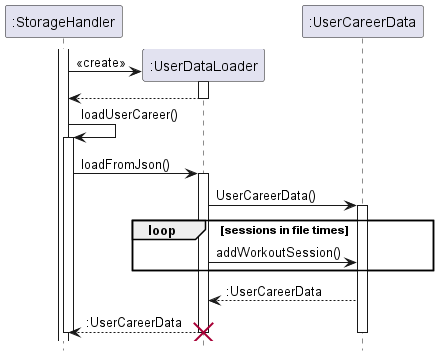
This is docs/UML/Images/LoadingUserCareerData.png from nus-cs2113-AY2223S2/tp, a PlantUML export, as it was before one commit.
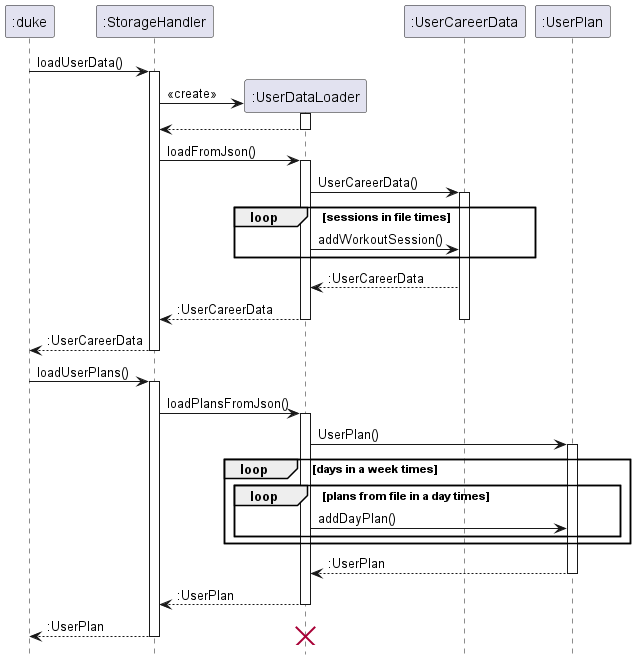
After the change.

What changed in the source:
```diff
@@ -1,5 +1,6 @@
 @startuml
 hide footbox
+":duke" -> ":StorageHandler" : loadUserData()
 activate ":StorageHandler"
 create ":UserDataLoader"
 
@@ -8,8 +9,6 @@
 ":UserDataLoader" --> ":StorageHandler"
 deactivate ":UserDataLoader"
 
-    ":StorageHandler" -> ":StorageHandler" : loadUserCareer()
-    activate ":StorageHandler"
     ":StorageHandler" -> ":UserDataLoader": loadFromJson()
     activate ":UserDataLoader"
         ":UserDataLoader"-> ":UserCareerData": UserCareerData()
@@ -19,9 +18,30 @@
             end
             ":UserCareerData" --> ":UserDataLoader" : :UserCareerData
         ":UserDataLoader" --> ":StorageHandler" : :UserCareerData
+    deactivate ":UserCareerData"
     deactivate ":UserDataLoader"
+    ":StorageHandler" --> ":duke" : :UserCareerData
+deactivate ":StorageHandler"
+":duke" -> ":StorageHandler" : loadUserPlans()
+    activate ":StorageHandler"
+
+    ":StorageHandler" -> ":UserDataLoader" : loadPlansFromJson()
+    activate ":UserDataLoader"
+    ":UserDataLoader" -> ":UserPlan" : UserPlan()
+    activate ":UserPlan"
+    loop days in a week times
+            loop plans from file in a day times
+                ":UserDataLoader" -> ":UserPlan" : addDayPlan()
+            end
+    end
+    ":UserPlan" --> ":UserDataLoader" : :UserPlan
+    deactivate ":UserPlan"
+    ":UserDataLoader" --> ":StorageHandler" : :UserPlan
+    deactivate ":UserDataLoader"
+    ":StorageHandler" --> ":duke" : :UserPlan
     destroy ":UserDataLoader"
-    deactivate ":UserCareerData"
-    deactivate ":StorageHandler"
+
+deactivate ":StorageHandler"
+
 
 @enduml
```
